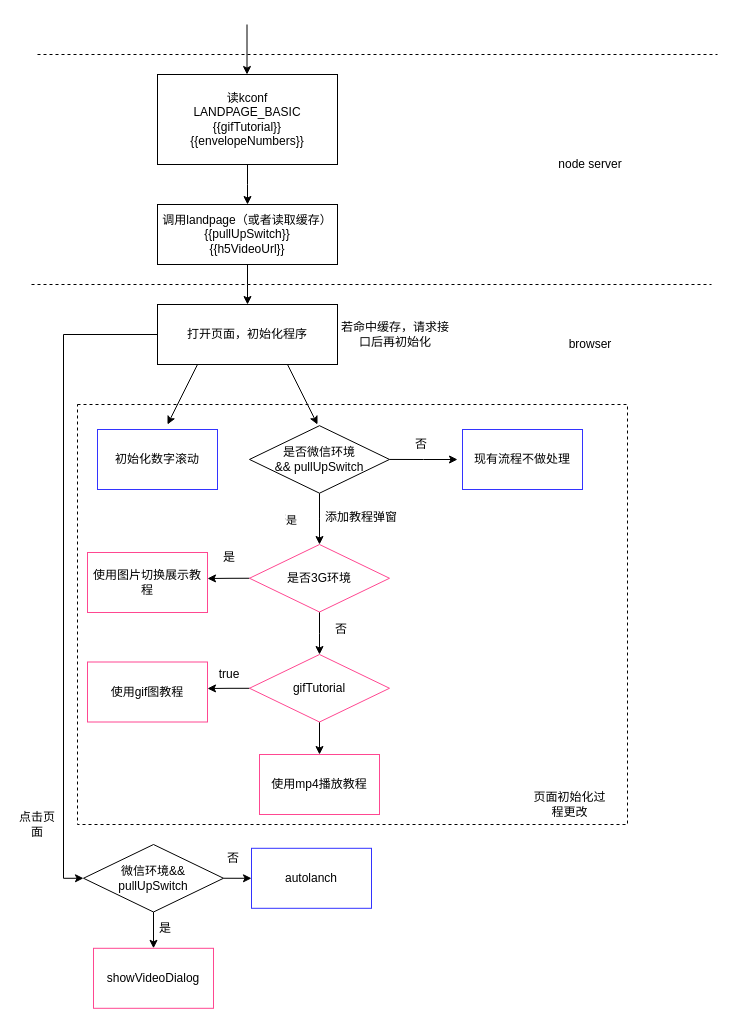
The draw.io diagram 更改设计方案.drawio in GitHubJian/netjs, before the edit. Source tidied: cells renumbered, new cells numbered last; positions are measured from the earlier drawing's top-left corner, leaving out a move shared by most shapes. Both pictures are drawn from the tidied source at 100%, with x=0, y=0 at pixel (17, 24).
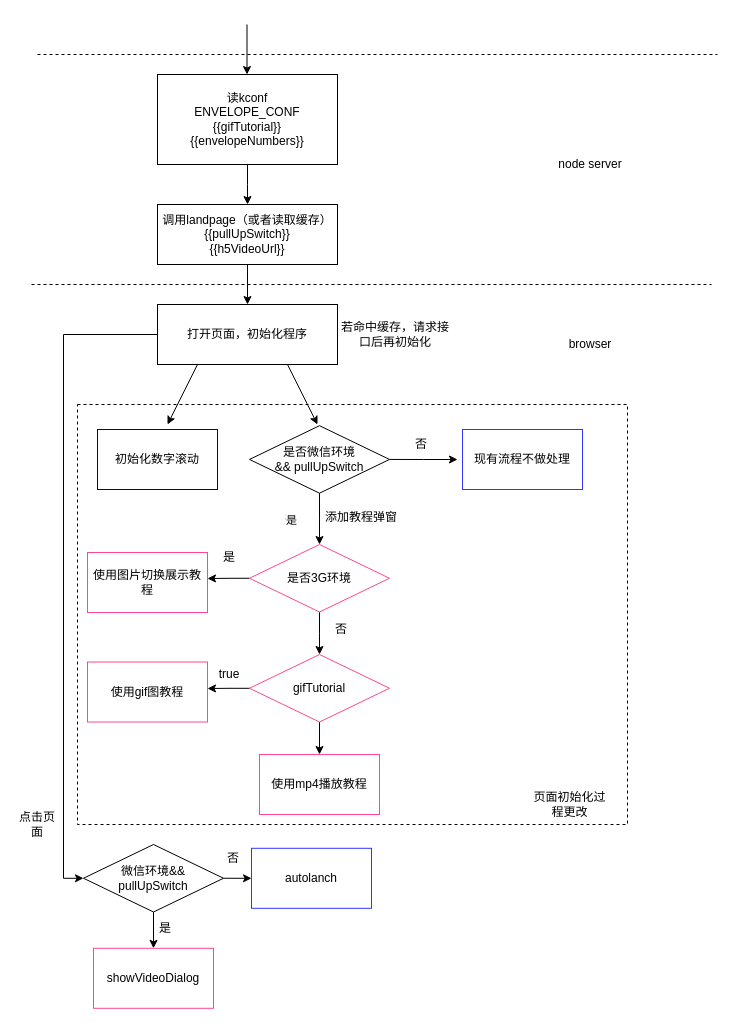
After the change.

Commit message:
更新更改设计方案.drawio

Diff of the diagram source:
```diff
@@
-    <mxCell id="5" value="读kconf&lt;br&gt;LANDPAGE_BASIC&lt;br&gt;{{gifTutorial}}&lt;br&gt;{{envelopeNumbers}}" style="rounded=0;whiteSpace=wrap;html=1;" parent="1" vertex="1">
+    <mxCell id="5" value="读kconf&lt;br&gt;ENVELOPE_CONF&lt;br&gt;{{gifTutorial}}&lt;br&gt;{{envelopeNumbers}}" style="rounded=0;whiteSpace=wrap;html=1;" parent="1" vertex="1">
       <mxGeometry x="140" y="50" width="180" height="90" as="geometry" />
     </mxCell>
@@
-    <mxCell id="14" value="初始化数字滚动&lt;br&gt;" style="rounded=0;whiteSpace=wrap;html=1;strokeColor=#3333FF;" parent="1" vertex="1">
+    <mxCell id="14" value="初始化数字滚动&lt;br&gt;" style="rounded=0;whiteSpace=wrap;html=1;strokeColor=#330000;" parent="1" vertex="1">
       <mxGeometry x="80" y="405" width="120" height="60" as="geometry" />
     </mxCell>
```
